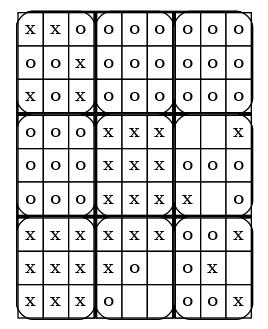
JetMagpie/FilRouge_Super_Morpion keeps this Graphviz diagram as output.png. Above is the earlier version. Its source is kept beside it as output.dot.
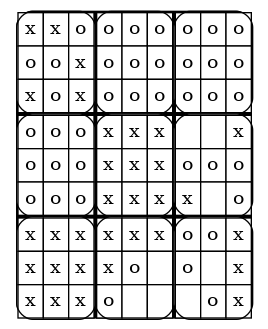
Later version of the same file.

The edit, as a diff of the source:
```diff
@@ -159,11 +159,11 @@
   </TR>
   <TR>
 <TD bgcolor="white">o</TD>
+<TD bgcolor="white"> </TD>
 <TD bgcolor="white">x</TD>
-<TD bgcolor="white"> </TD>
   </TR>
   <TR>
-<TD bgcolor="white">o</TD>
+<TD bgcolor="white"> </TD>
 <TD bgcolor="white">o</TD>
 <TD bgcolor="white">x</TD>
   </TR>
```
